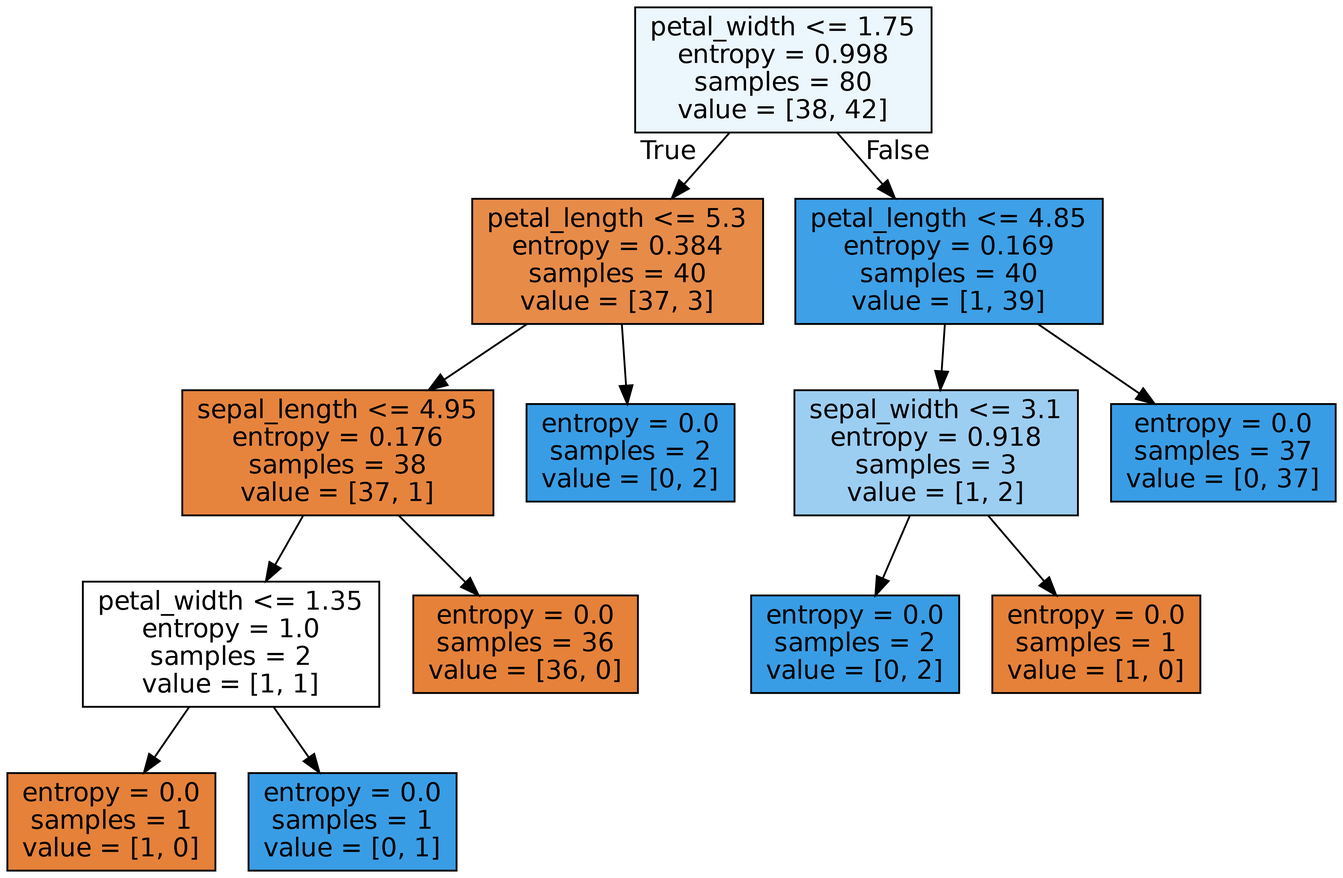
The Graphviz diagram tree.png in ulymovne/myDtree, before a commit. Its source is kept beside it as tree.dot. The source it was exported from:
```dot
digraph Tree {
node [shape=box, style="filled", color="black", fontname="helvetica"] ;
edge [fontname="helvetica"] ;
0 [label="petal_width <= 1.75\nentropy = 0.998\nsamples = 80\nvalue = [38, 42]", fillcolor="#ecf6fd"] ;
1 [label="petal_length <= 5.3\nentropy = 0.384\nsamples = 40\nvalue = [37, 3]", fillcolor="#e78b49"] ;
0 -> 1 [labeldistance=2.5, labelangle=45, headlabel="True"] ;
2 [label="sepal_length <= 4.95\nentropy = 0.176\nsamples = 38\nvalue = [37, 1]", fillcolor="#e6843e"] ;
1 -> 2 ;
3 [label="petal_width <= 1.35\nentropy = 1.0\nsamples = 2\nvalue = [1, 1]", fillcolor="#ffffff"] ;
2 -> 3 ;
4 [label="entropy = 0.0\nsamples = 1\nvalue = [1, 0]", fillcolor="#e58139"] ;
3 -> 4 ;
5 [label="entropy = 0.0\nsamples = 1\nvalue = [0, 1]", fillcolor="#399de5"] ;
3 -> 5 ;
6 [label="entropy = 0.0\nsamples = 36\nvalue = [36, 0]", fillcolor="#e58139"] ;
2 -> 6 ;
7 [label="entropy = 0.0\nsamples = 2\nvalue = [0, 2]", fillcolor="#399de5"] ;
1 -> 7 ;
8 [label="petal_length <= 4.85\nentropy = 0.169\nsamples = 40\nvalue = [1, 39]", fillcolor="#3ea0e6"] ;
0 -> 8 [labeldistance=2.5, labelangle=-45, headlabel="False"] ;
9 [label="sepal_width <= 3.1\nentropy = 0.918\nsamples = 3\nvalue = [1, 2]", fillcolor="#9ccef2"] ;
8 -> 9 ;
10 [label="entropy = 0.0\nsamples = 2\nvalue = [0, 2]", fillcolor="#399de5"] ;
9 -> 10 ;
11 [label="entropy = 0.0\nsamples = 1\nvalue = [1, 0]", fillcolor="#e58139"] ;
9 -> 11 ;
12 [label="entropy = 0.0\nsamples = 37\nvalue = [0, 37]", fillcolor="#399de5"] ;
8 -> 12 ;
}
```
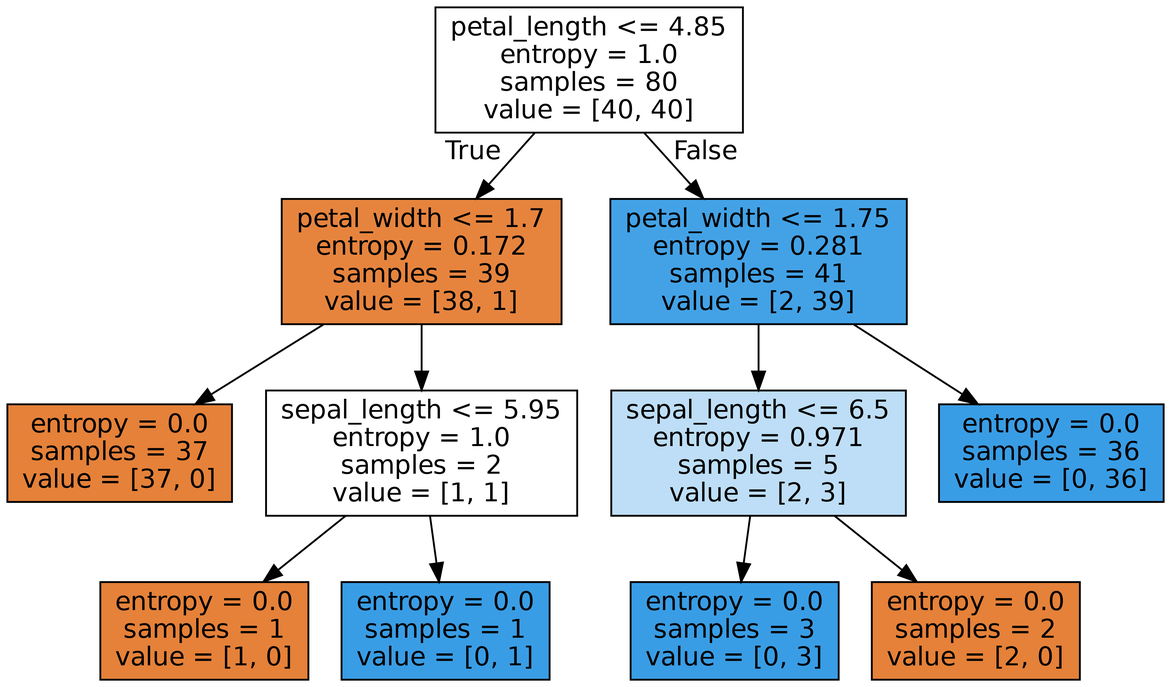
Above is the later version.

Commit message:
add graph tree

Diff of the diagram source:
```diff
@@ -1,29 +1,25 @@
 digraph Tree {
 node [shape=box, style="filled", color="black", fontname="helvetica"] ;
 edge [fontname="helvetica"] ;
-0 [label="petal_width <= 1.75\nentropy = 0.998\nsamples = 80\nvalue = [38, 42]", fillcolor="#ecf6fd"] ;
-1 [label="petal_length <= 5.3\nentropy = 0.384\nsamples = 40\nvalue = [37, 3]", fillcolor="#e78b49"] ;
+0 [label="petal_length <= 4.85\nentropy = 1.0\nsamples = 80\nvalue = [40, 40]", fillcolor="#ffffff"] ;
+1 [label="petal_width <= 1.7\nentropy = 0.172\nsamples = 39\nvalue = [38, 1]", fillcolor="#e6843e"] ;
 0 -> 1 [labeldistance=2.5, labelangle=45, headlabel="True"] ;
-2 [label="sepal_length <= 4.95\nentropy = 0.176\nsamples = 38\nvalue = [37, 1]", fillcolor="#e6843e"] ;
+2 [label="entropy = 0.0\nsamples = 37\nvalue = [37, 0]", fillcolor="#e58139"] ;
 1 -> 2 ;
-3 [label="petal_width <= 1.35\nentropy = 1.0\nsamples = 2\nvalue = [1, 1]", fillcolor="#ffffff"] ;
-2 -> 3 ;
+3 [label="sepal_length <= 5.95\nentropy = 1.0\nsamples = 2\nvalue = [1, 1]", fillcolor="#ffffff"] ;
+1 -> 3 ;
 4 [label="entropy = 0.0\nsamples = 1\nvalue = [1, 0]", fillcolor="#e58139"] ;
 3 -> 4 ;
 5 [label="entropy = 0.0\nsamples = 1\nvalue = [0, 1]", fillcolor="#399de5"] ;
 3 -> 5 ;
-6 [label="entropy = 0.0\nsamples = 36\nvalue = [36, 0]", fillcolor="#e58139"] ;
-2 -> 6 ;
-7 [label="entropy = 0.0\nsamples = 2\nvalue = [0, 2]", fillcolor="#399de5"] ;
-1 -> 7 ;
-8 [label="petal_length <= 4.85\nentropy = 0.169\nsamples = 40\nvalue = [1, 39]", fillcolor="#3ea0e6"] ;
-0 -> 8 [labeldistance=2.5, labelangle=-45, headlabel="False"] ;
-9 [label="sepal_width <= 3.1\nentropy = 0.918\nsamples = 3\nvalue = [1, 2]", fillcolor="#9ccef2"] ;
-8 -> 9 ;
-10 [label="entropy = 0.0\nsamples = 2\nvalue = [0, 2]", fillcolor="#399de5"] ;
-9 -> 10 ;
-11 [label="entropy = 0.0\nsamples = 1\nvalue = [1, 0]", fillcolor="#e58139"] ;
-9 -> 11 ;
-12 [label="entropy = 0.0\nsamples = 37\nvalue = [0, 37]", fillcolor="#399de5"] ;
-8 -> 12 ;
+6 [label="petal_width <= 1.75\nentropy = 0.281\nsamples = 41\nvalue = [2, 39]", fillcolor="#43a2e6"] ;
+0 -> 6 [labeldistance=2.5, labelangle=-45, headlabel="False"] ;
+7 [label="sepal_length <= 6.5\nentropy = 0.971\nsamples = 5\nvalue = [2, 3]", fillcolor="#bddef6"] ;
+6 -> 7 ;
+8 [label="entropy = 0.0\nsamples = 3\nvalue = [0, 3]", fillcolor="#399de5"] ;
+7 -> 8 ;
+9 [label="entropy = 0.0\nsamples = 2\nvalue = [2, 0]", fillcolor="#e58139"] ;
+7 -> 9 ;
+10 [label="entropy = 0.0\nsamples = 36\nvalue = [0, 36]", fillcolor="#399de5"] ;
+6 -> 10 ;
 }
```
